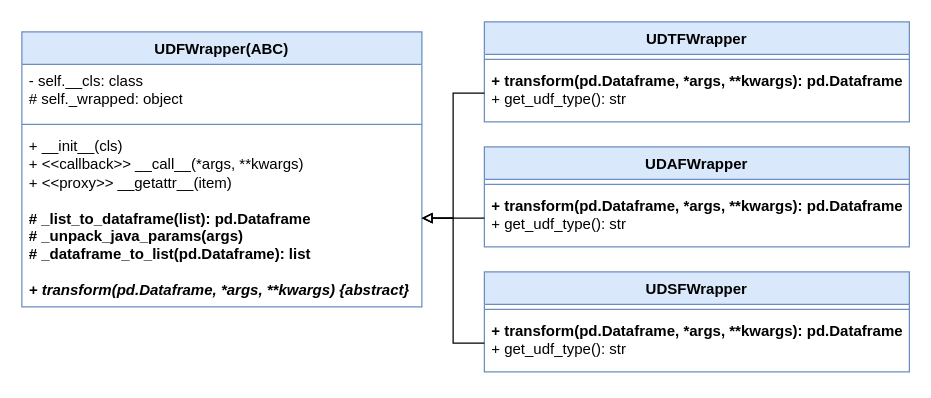
This is page "udf-decorator" (10 of 11) of grad.drawio from shinyano/drawio, a draw.io file, before an edit. Source tidied: cells renumbered, new cells numbered last; positions are measured from the earlier drawing's top-left corner, leaving out a move shared by most shapes. Both pictures are drawn from the tidied source at 125%, with x=0, y=0 at pixel (21, 21).
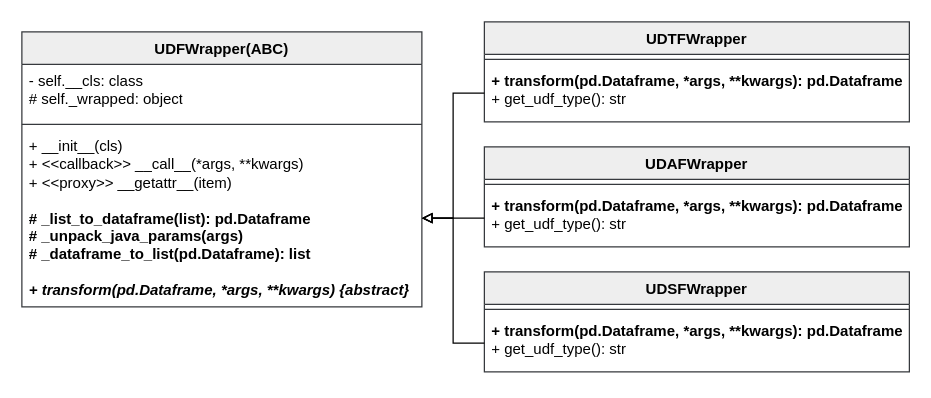
After the change.

Change to the diagram source:
```diff
@@
 <mxGraphModel>
   <root>
     <mxCell id="0" />
     <mxCell id="1" parent="0" />
-    <mxCell id="2" value="UDFWrapper(ABC)" style="swimlane;fontStyle=1;align=center;verticalAlign=top;horizontal=1;startSize=26;whiteSpace=wrap;html=1;fillColor=#dae8fc;strokeColor=#6c8ebf;gradientColor=none;swimlaneFillColor=default;" parent="1" vertex="1">
+    <mxCell id="2" value="UDFWrapper(ABC)" style="swimlane;fontStyle=1;align=center;verticalAlign=top;horizontal=1;startSize=26;whiteSpace=wrap;html=1;fillColor=#eeeeee;strokeColor=#36393d;swimlaneFillColor=default;" parent="1" vertex="1">
       <mxGeometry y="8" width="320" height="220" as="geometry" />
     </mxCell>
     <mxCell id="3" value="- self.__cls: class&lt;div&gt;#&amp;nbsp;self._wrapped: object&lt;/div&gt;" style="text;strokeColor=none;fillColor=none;align=left;verticalAlign=top;spacingLeft=4;spacingRight=4;overflow=hidden;whiteSpace=wrap;html=1;" parent="2" vertex="1">
       <mxGeometry y="26" width="320" height="44" as="geometry" />
     </mxCell>
     <mxCell id="4" style="line;strokeWidth=1;fillColor=none;align=left;verticalAlign=middle;spacingTop=-1;spacingLeft=3;spacingRight=3;labelPosition=right;strokeColor=inherit;" parent="2" vertex="1">
       <mxGeometry y="70" width="320" height="8" as="geometry" />
     </mxCell>
     <mxCell id="5" value="&lt;div&gt;+ __init__(cls)&lt;/div&gt;+ &amp;lt;&amp;lt;callback&amp;gt;&amp;gt; __call__(*args, **kwargs)&lt;div&gt;+ &amp;lt;&amp;lt;proxy&amp;gt;&amp;gt; __getattr__(item)&lt;/div&gt;&lt;div&gt;&lt;br&gt;&lt;/div&gt;&lt;div&gt;&lt;b&gt;# _list_to_dataframe(list): pd.Dataframe&lt;/b&gt;&lt;/div&gt;&lt;div&gt;&lt;b&gt;# _unpack_java_params(args)&lt;/b&gt;&lt;/div&gt;&lt;div&gt;&lt;b&gt;# _dataframe_to_list(pd.Dataframe): list&lt;/b&gt;&lt;/div&gt;&lt;div&gt;&lt;b&gt;&lt;br&gt;&lt;/b&gt;&lt;/div&gt;&lt;div&gt;&lt;i&gt;&lt;b&gt;+ transform(pd.Dataframe, *args, **kwargs) {abstract}&lt;/b&gt;&lt;/i&gt;&lt;/div&gt;" style="text;strokeColor=none;fillColor=none;align=left;verticalAlign=top;spacingLeft=4;spacingRight=4;overflow=hidden;points=[[0,0.5],[1,0.5]];portConstraint=eastwest;whiteSpace=wrap;html=1;" parent="2" vertex="1">
       <mxGeometry y="78" width="320" height="142" as="geometry" />
     </mxCell>
-    <mxCell id="6" value="UDTFWrapper" style="swimlane;fontStyle=1;align=center;verticalAlign=top;horizontal=1;startSize=26;whiteSpace=wrap;html=1;fillColor=#dae8fc;strokeColor=#6c8ebf;swimlaneFillColor=default;" parent="1" vertex="1">
+    <mxCell id="6" value="UDTFWrapper" style="swimlane;fontStyle=1;align=center;verticalAlign=top;horizontal=1;startSize=26;whiteSpace=wrap;html=1;fillColor=#eeeeee;strokeColor=#36393d;swimlaneFillColor=default;" parent="1" vertex="1">
       <mxGeometry x="370" width="340" height="80" as="geometry" />
     </mxCell>
     <mxCell id="7" style="line;strokeWidth=1;fillColor=none;align=left;verticalAlign=middle;spacingTop=-1;spacingLeft=3;spacingRight=3;labelPosition=right;strokeColor=inherit;" parent="6" vertex="1">
       <mxGeometry y="26" width="340" height="8" as="geometry" />
     </mxCell>
     <mxCell id="8" value="&lt;b&gt;+ transform(pd.Dataframe, *args, **kwargs): pd.Dataframe&lt;/b&gt;&lt;div&gt;+&amp;nbsp;get_udf_type(): str&lt;/div&gt;" style="text;strokeColor=none;fillColor=none;align=left;verticalAlign=top;spacingLeft=4;spacingRight=4;overflow=hidden;points=[[0,0.5],[1,0.5]];portConstraint=eastwest;whiteSpace=wrap;html=1;" parent="6" vertex="1">
       <mxGeometry y="34" width="340" height="46" as="geometry" />
     </mxCell>
-    <mxCell id="9" value="UDAFWrapper" style="swimlane;fontStyle=1;align=center;verticalAlign=top;horizontal=1;startSize=26;whiteSpace=wrap;html=1;fillColor=#dae8fc;strokeColor=#6c8ebf;swimlaneFillColor=default;" parent="1" vertex="1">
+    <mxCell id="9" value="UDAFWrapper" style="swimlane;fontStyle=1;align=center;verticalAlign=top;horizontal=1;startSize=26;whiteSpace=wrap;html=1;fillColor=#eeeeee;strokeColor=#36393d;swimlaneFillColor=default;" parent="1" vertex="1">
       <mxGeometry x="370" y="100" width="340" height="80" as="geometry" />
     </mxCell>
     <mxCell id="10" style="line;strokeWidth=1;fillColor=none;align=left;verticalAlign=middle;spacingTop=-1;spacingLeft=3;spacingRight=3;labelPosition=right;strokeColor=inherit;" parent="9" vertex="1">
       <mxGeometry y="26" width="340" height="8" as="geometry" />
     </mxCell>
     <mxCell id="11" value="&lt;b&gt;+ transform(pd.Dataframe, *args, **kwargs): pd.Dataframe&lt;/b&gt;&lt;div&gt;+&amp;nbsp;get_udf_type(): str&lt;/div&gt;" style="text;strokeColor=none;fillColor=none;align=left;verticalAlign=top;spacingLeft=4;spacingRight=4;overflow=hidden;points=[[0,0.5],[1,0.5]];portConstraint=eastwest;whiteSpace=wrap;html=1;" parent="9" vertex="1">
       <mxGeometry y="34" width="340" height="46" as="geometry" />
     </mxCell>
-    <mxCell id="12" value="UDSFWrapper" style="swimlane;fontStyle=1;align=center;verticalAlign=top;horizontal=1;startSize=26;whiteSpace=wrap;html=1;fillColor=#dae8fc;strokeColor=#6c8ebf;swimlaneFillColor=default;" parent="1" vertex="1">
+    <mxCell id="12" value="UDSFWrapper" style="swimlane;fontStyle=1;align=center;verticalAlign=top;horizontal=1;startSize=26;whiteSpace=wrap;html=1;fillColor=#eeeeee;strokeColor=#36393d;swimlaneFillColor=default;" parent="1" vertex="1">
       <mxGeometry x="370" y="200" width="340" height="80" as="geometry" />
     </mxCell>
     <mxCell id="13" style="line;strokeWidth=1;fillColor=none;align=left;verticalAlign=middle;spacingTop=-1;spacingLeft=3;spacingRight=3;labelPosition=right;strokeColor=inherit;" parent="12" vertex="1">
       <mxGeometry y="26" width="340" height="8" as="geometry" />
     </mxCell>
     <mxCell id="14" value="&lt;b&gt;+ transform(pd.Dataframe, *args, **kwargs): pd.Dataframe&lt;/b&gt;&lt;div&gt;+&amp;nbsp;get_udf_type(): str&lt;/div&gt;" style="text;strokeColor=none;fillColor=none;align=left;verticalAlign=top;spacingLeft=4;spacingRight=4;overflow=hidden;points=[[0,0.5],[1,0.5]];portConstraint=eastwest;whiteSpace=wrap;html=1;" parent="12" vertex="1">
       <mxGeometry y="34" width="340" height="46" as="geometry" />
     </mxCell>
     <mxCell id="15" style="edgeStyle=orthogonalEdgeStyle;rounded=0;jettySize=auto;html=1;entryX=1;entryY=0.5;entryDx=0;entryDy=0;endArrow=block;endFill=0;" parent="1" edge="1" source="8" target="5">
       <mxGeometry relative="1" as="geometry" />
     </mxCell>
     <mxCell id="16" style="edgeStyle=orthogonalEdgeStyle;rounded=0;jettySize=auto;html=1;endArrow=block;endFill=0;entryX=1;entryY=0.5;entryDx=0;entryDy=0;" parent="1" edge="1" source="11" target="5">
       <mxGeometry relative="1" as="geometry" />
     </mxCell>
     <mxCell id="17" style="edgeStyle=orthogonalEdgeStyle;rounded=0;jettySize=auto;html=1;entryX=1;entryY=0.5;entryDx=0;entryDy=0;endArrow=block;endFill=0;" parent="1" edge="1" source="14" target="5">
       <mxGeometry relative="1" as="geometry" />
     </mxCell>
   </root>
 </mxGraphModel>
```
